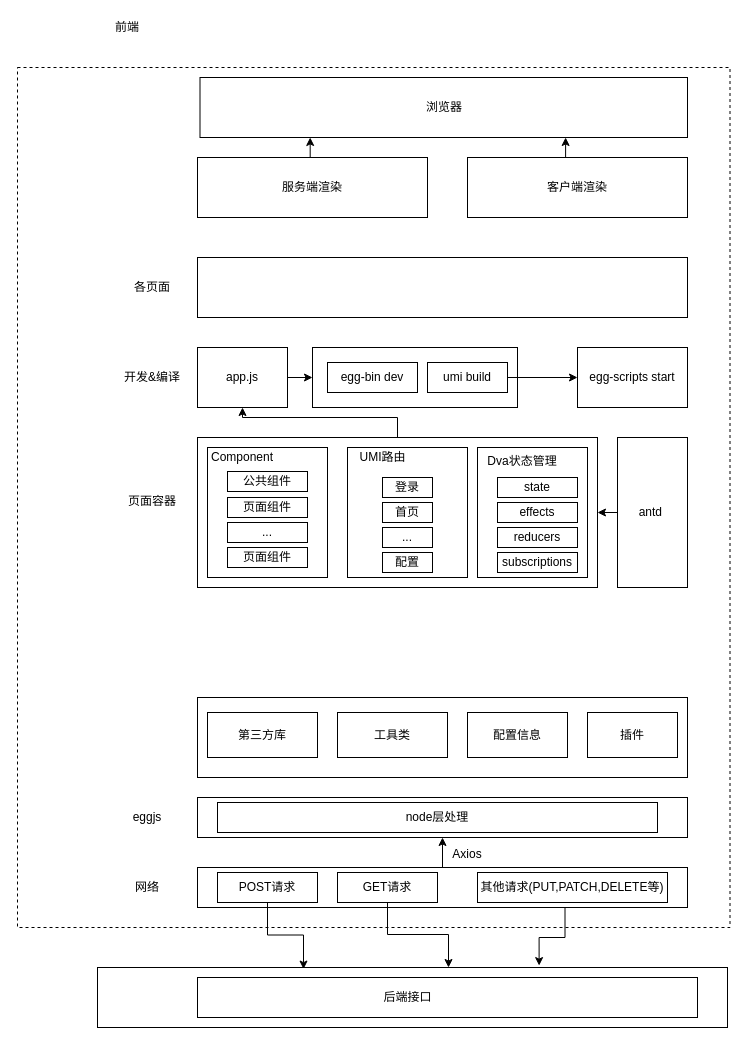
This is frontend.drawio from flatpig/MyDoc, a draw.io file, before an edit. Source tidied: cells renumbered, new cells numbered last; positions are measured from the earlier drawing's top-left corner, leaving out a move shared by most shapes. Both pictures are drawn from the tidied source at 100%, with x=0, y=0 at pixel (17, 17).
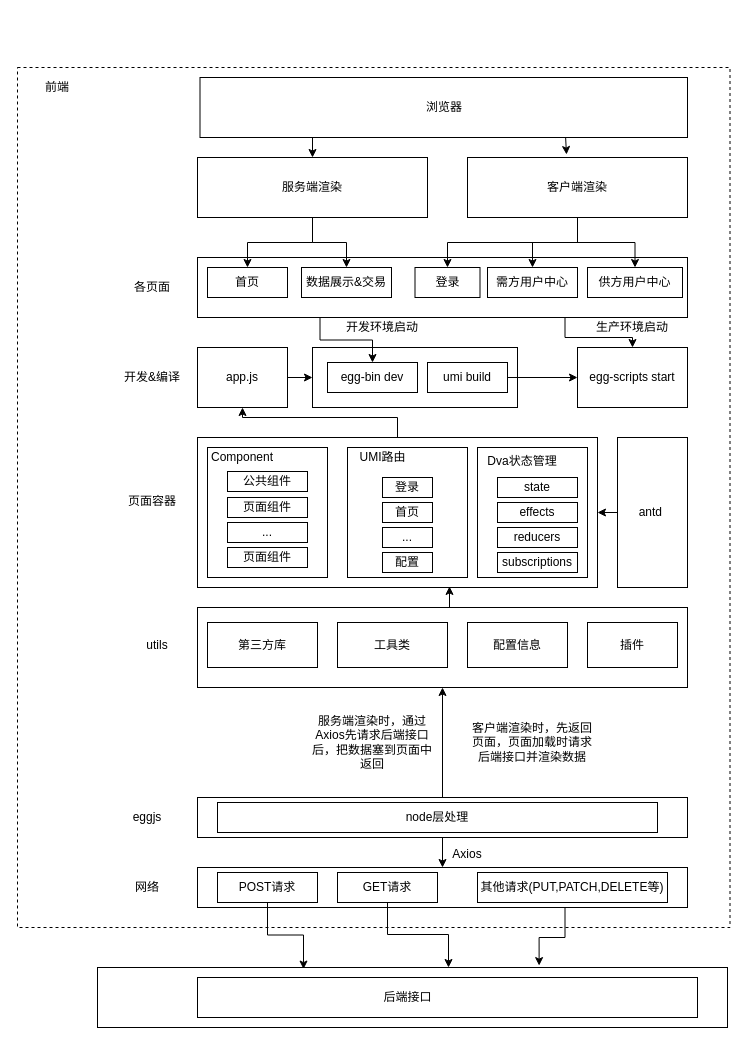
Above is the later version.

The change refers to these unchanged cells:
```xml
<mxCell id="9" style="rounded=0;whiteSpace=wrap;html=1;" parent="1" vertex="1">
  <mxGeometry x="180" y="850" width="490" height="40" as="geometry" />
</mxCell>
<mxCell id="16" style="rounded=0;whiteSpace=wrap;html=1;" parent="1" vertex="1">
  <mxGeometry x="180" y="780" width="490" height="40" as="geometry" />
</mxCell>
<mxCell id="20" style="rounded=0;whiteSpace=wrap;html=1;" parent="1" vertex="1">
  <mxGeometry x="180" y="420" width="400" height="150" as="geometry" />
</mxCell>
<mxCell id="46" value="egg-bin dev" style="rounded=0;whiteSpace=wrap;html=1;" parent="1" vertex="1">
  <mxGeometry x="310" y="345" width="90" height="30" as="geometry" />
</mxCell>
<mxCell id="49" value="egg-scripts start" style="rounded=0;whiteSpace=wrap;html=1;" parent="1" vertex="1">
  <mxGeometry x="560" y="330" width="110" height="60" as="geometry" />
</mxCell>
<mxCell id="50" style="rounded=0;whiteSpace=wrap;html=1;" parent="1" vertex="1">
  <mxGeometry x="180" y="240" width="490" height="60" as="geometry" />
</mxCell>
<mxCell id="54" value="服务端渲染" style="rounded=0;whiteSpace=wrap;html=1;" parent="1" vertex="1">
  <mxGeometry x="180" y="140" width="230" height="60" as="geometry" />
</mxCell>
<mxCell id="56" value="客户端渲染" style="rounded=0;whiteSpace=wrap;html=1;" parent="1" vertex="1">
  <mxGeometry x="450" y="140" width="220" height="60" as="geometry" />
</mxCell>
<mxCell id="57" value="浏览器" style="rounded=0;whiteSpace=wrap;html=1;" parent="1" vertex="1">
  <mxGeometry x="182.5" y="60" width="487.5" height="60" as="geometry" />
</mxCell>
```

What changed in the source:
```diff
@@
     <mxCell id="6" value="前端" style="text;html=1;strokeColor=none;fillColor=none;align=center;verticalAlign=middle;whiteSpace=wrap;rounded=0;" parent="1" vertex="1">
-      <mxGeometry x="90" width="40" height="20" as="geometry" />
+      <mxGeometry x="20" y="60" width="40" height="20" as="geometry" />
     </mxCell>
@@
-    <mxCell id="8" style="edgeStyle=orthogonalEdgeStyle;rounded=0;jettySize=auto;html=1;exitX=0.5;exitY=0;exitDx=0;exitDy=0;entryX=0.5;entryY=1;entryDx=0;entryDy=0;" parent="1" edge="1" source="9" target="16">
-      <mxGeometry relative="1" as="geometry" />
-    </mxCell>
@@
+    <mxCell id="63" style="edgeStyle=orthogonalEdgeStyle;rounded=0;jettySize=auto;html=1;exitX=0.5;exitY=1;exitDx=0;exitDy=0;entryX=0.5;entryY=0;entryDx=0;entryDy=0;" parent="1" edge="1" source="16" target="9">
+      <mxGeometry relative="1" as="geometry" />
+    </mxCell>
+    <mxCell id="64" style="edgeStyle=orthogonalEdgeStyle;rounded=0;jettySize=auto;html=1;exitX=0.5;exitY=0;exitDx=0;exitDy=0;entryX=0.5;entryY=1;entryDx=0;entryDy=0;" parent="1" edge="1" source="16" target="82">
+      <mxGeometry relative="1" as="geometry" />
+    </mxCell>
@@
+    <mxCell id="65" style="edgeStyle=orthogonalEdgeStyle;rounded=0;jettySize=auto;html=1;exitX=0.25;exitY=1;exitDx=0;exitDy=0;entryX=0.5;entryY=0;entryDx=0;entryDy=0;" parent="1" edge="1" source="50" target="46">
+      <mxGeometry relative="1" as="geometry" />
+    </mxCell>
+    <mxCell id="66" style="edgeStyle=orthogonalEdgeStyle;rounded=0;jettySize=auto;html=1;exitX=0.75;exitY=1;exitDx=0;exitDy=0;entryX=0.5;entryY=0;entryDx=0;entryDy=0;" parent="1" edge="1" source="50" target="49">
+      <mxGeometry relative="1" as="geometry" />
+    </mxCell>
@@
-    <mxCell id="53" style="edgeStyle=orthogonalEdgeStyle;rounded=0;jettySize=auto;html=1;exitX=0.5;exitY=0;exitDx=0;exitDy=0;entryX=0.226;entryY=1;entryDx=0;entryDy=0;entryPerimeter=0;" parent="1" edge="1" source="54" target="57">
-      <mxGeometry relative="1" as="geometry" />
-    </mxCell>
+    <mxCell id="67" style="edgeStyle=orthogonalEdgeStyle;rounded=0;jettySize=auto;html=1;exitX=0.5;exitY=1;exitDx=0;exitDy=0;entryX=0.5;entryY=0;entryDx=0;entryDy=0;" parent="1" edge="1" source="54" target="74">
+      <mxGeometry relative="1" as="geometry" />
+    </mxCell>
+    <mxCell id="68" style="edgeStyle=orthogonalEdgeStyle;rounded=0;jettySize=auto;html=1;exitX=0.5;exitY=1;exitDx=0;exitDy=0;" parent="1" edge="1" source="54" target="78">
+      <mxGeometry relative="1" as="geometry" />
+    </mxCell>
@@
-    <mxCell id="55" style="edgeStyle=orthogonalEdgeStyle;rounded=0;jettySize=auto;html=1;exitX=0.5;exitY=0;exitDx=0;exitDy=0;entryX=0.75;entryY=1;entryDx=0;entryDy=0;" parent="1" edge="1" source="56" target="57">
-      <mxGeometry relative="1" as="geometry" />
-    </mxCell>
+    <mxCell id="69" style="edgeStyle=orthogonalEdgeStyle;rounded=0;jettySize=auto;html=1;exitX=0.5;exitY=1;exitDx=0;exitDy=0;" parent="1" edge="1" source="56" target="75">
+      <mxGeometry relative="1" as="geometry" />
+    </mxCell>
+    <mxCell id="70" style="edgeStyle=orthogonalEdgeStyle;rounded=0;jettySize=auto;html=1;exitX=0.5;exitY=1;exitDx=0;exitDy=0;" parent="1" edge="1" source="56" target="77">
+      <mxGeometry relative="1" as="geometry" />
+    </mxCell>
+    <mxCell id="71" style="edgeStyle=orthogonalEdgeStyle;rounded=0;jettySize=auto;html=1;exitX=0.5;exitY=1;exitDx=0;exitDy=0;entryX=0.5;entryY=0;entryDx=0;entryDy=0;" parent="1" edge="1" source="56" target="76">
+      <mxGeometry relative="1" as="geometry" />
+    </mxCell>
@@
+    <mxCell id="72" style="edgeStyle=orthogonalEdgeStyle;rounded=0;jettySize=auto;html=1;exitX=0.25;exitY=1;exitDx=0;exitDy=0;entryX=0.5;entryY=0;entryDx=0;entryDy=0;" parent="1" edge="1" source="57" target="54">
+      <mxGeometry relative="1" as="geometry" />
+    </mxCell>
+    <mxCell id="73" style="edgeStyle=orthogonalEdgeStyle;rounded=0;jettySize=auto;html=1;exitX=0.75;exitY=1;exitDx=0;exitDy=0;entryX=0.45;entryY=-0.05;entryDx=0;entryDy=0;entryPerimeter=0;" parent="1" edge="1" source="57" target="56">
+      <mxGeometry relative="1" as="geometry" />
+    </mxCell>
@@
-    <mxCell id="58" style="rounded=0;whiteSpace=wrap;html=1;" parent="1" vertex="1">
-      <mxGeometry x="180" y="680" width="490" height="80" as="geometry" />
-    </mxCell>
-    <mxCell id="59" value="配置信息" style="rounded=0;whiteSpace=wrap;html=1;" parent="1" vertex="1">
-      <mxGeometry x="450" y="695" width="100" height="45" as="geometry" />
-    </mxCell>
+    <mxCell id="74" value="首页" style="rounded=0;whiteSpace=wrap;html=1;" parent="1" vertex="1">
+      <mxGeometry x="190" y="250" width="80" height="30" as="geometry" />
+    </mxCell>
+    <mxCell id="75" value="登录" style="rounded=0;whiteSpace=wrap;html=1;" parent="1" vertex="1">
+      <mxGeometry x="397.5" y="250" width="65" height="30" as="geometry" />
+    </mxCell>
+    <mxCell id="76" value="供方用户中心" style="rounded=0;whiteSpace=wrap;html=1;" parent="1" vertex="1">
+      <mxGeometry x="570" y="250" width="95" height="30" as="geometry" />
+    </mxCell>
+    <mxCell id="77" value="需方用户中心" style="rounded=0;whiteSpace=wrap;html=1;" parent="1" vertex="1">
+      <mxGeometry x="470" y="250" width="90" height="30" as="geometry" />
+    </mxCell>
+    <mxCell id="78" value="数据展示&amp;amp;交易" style="rounded=0;whiteSpace=wrap;html=1;" parent="1" vertex="1">
+      <mxGeometry x="284" y="250" width="90" height="30" as="geometry" />
+    </mxCell>
+    <mxCell id="79" value="开发环境启动" style="text;html=1;strokeColor=none;fillColor=none;align=center;verticalAlign=middle;whiteSpace=wrap;rounded=0;" parent="1" vertex="1">
+      <mxGeometry x="320" y="300" width="90" height="20" as="geometry" />
+    </mxCell>
+    <mxCell id="80" value="生产环境启动" style="text;html=1;strokeColor=none;fillColor=none;align=center;verticalAlign=middle;whiteSpace=wrap;rounded=0;" parent="1" vertex="1">
+      <mxGeometry x="570" y="300" width="90" height="20" as="geometry" />
+    </mxCell>
+    <mxCell id="81" style="edgeStyle=orthogonalEdgeStyle;rounded=0;jettySize=auto;html=1;exitX=0.5;exitY=0;exitDx=0;exitDy=0;entryX=0.63;entryY=0.993;entryDx=0;entryDy=0;entryPerimeter=0;" parent="1" edge="1" source="82" target="20">
+      <mxGeometry relative="1" as="geometry" />
+    </mxCell>
+    <mxCell id="82" style="rounded=0;whiteSpace=wrap;html=1;" parent="1" vertex="1">
+      <mxGeometry x="180" y="590" width="490" height="80" as="geometry" />
+    </mxCell>
     <mxCell id="60" value="第三方库" style="rounded=0;whiteSpace=wrap;html=1;" parent="1" vertex="1">
-      <mxGeometry x="190" y="695" width="110" height="45" as="geometry" />
+      <mxGeometry x="190" y="605" width="110" height="45" as="geometry" />
     </mxCell>
     <mxCell id="61" value="工具类" style="rounded=0;whiteSpace=wrap;html=1;" parent="1" vertex="1">
-      <mxGeometry x="320" y="695" width="110" height="45" as="geometry" />
+      <mxGeometry x="320" y="605" width="110" height="45" as="geometry" />
     </mxCell>
+    <mxCell id="59" value="配置信息" style="rounded=0;whiteSpace=wrap;html=1;" parent="1" vertex="1">
+      <mxGeometry x="450" y="605" width="100" height="45" as="geometry" />
+    </mxCell>
     <mxCell id="62" value="插件" style="rounded=0;whiteSpace=wrap;html=1;" parent="1" vertex="1">
-      <mxGeometry x="570" y="695" width="90" height="45" as="geometry" />
+      <mxGeometry x="570" y="605" width="90" height="45" as="geometry" />
     </mxCell>
+    <mxCell id="83" value="utils" style="text;html=1;strokeColor=none;fillColor=none;align=center;verticalAlign=middle;whiteSpace=wrap;rounded=0;" parent="1" vertex="1">
+      <mxGeometry x="120" y="617.5" width="40" height="20" as="geometry" />
+    </mxCell>
+    <mxCell id="84" value="服务端渲染时，通过Axios先请求后端接口后，把数据塞到页面中返回" style="text;html=1;strokeColor=none;fillColor=none;align=center;verticalAlign=middle;whiteSpace=wrap;rounded=0;" parent="1" vertex="1">
+      <mxGeometry x="290" y="700" width="130" height="50" as="geometry" />
+    </mxCell>
+    <mxCell id="85" value="客户端渲染时，先返回页面，页面加载时请求后端接口并渲染数据" style="text;html=1;strokeColor=none;fillColor=none;align=center;verticalAlign=middle;whiteSpace=wrap;rounded=0;" parent="1" vertex="1">
+      <mxGeometry x="450" y="700" width="130" height="50" as="geometry" />
+    </mxCell>
```
